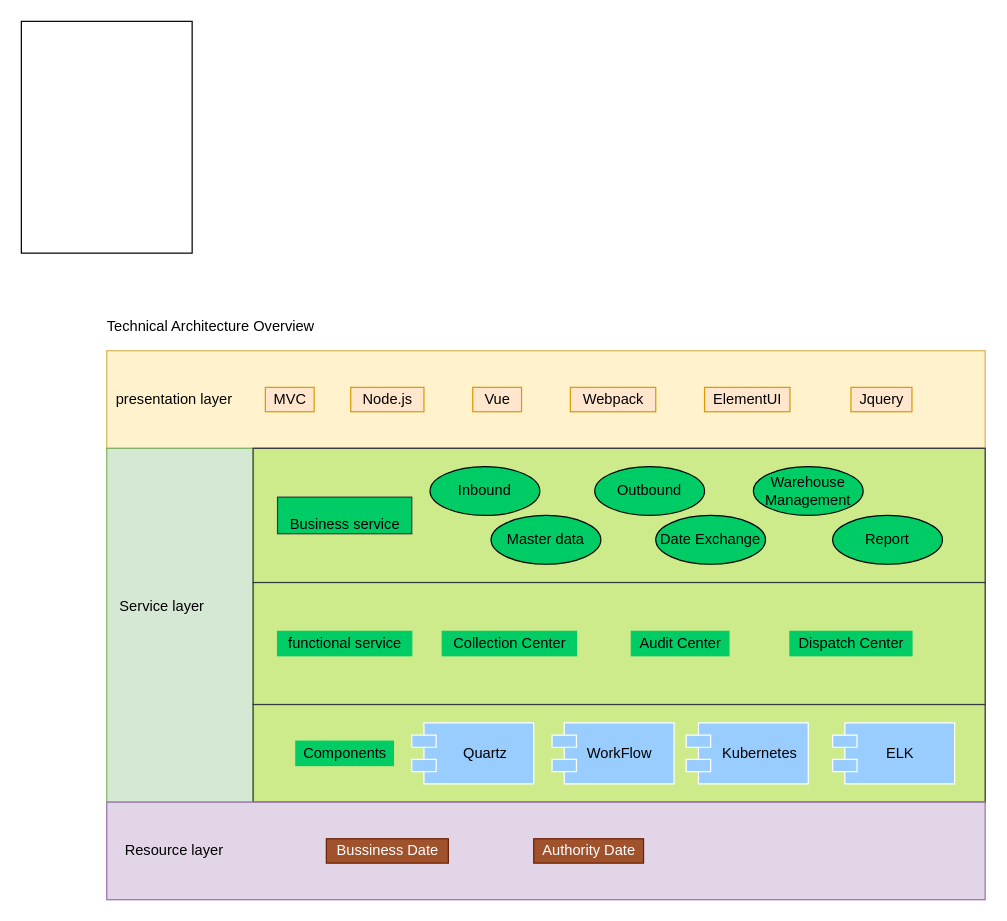
xhraymond/frozenui keeps this draw.io diagram as page "architecture overview" (4 of 5) of Untitled Diagram.drawio. Above is the earlier version. Source tidied: cells renumbered, new cells numbered last; positions are measured from the earlier drawing's top-left corner, leaving out a move shared by most shapes. Both pictures are drawn from the tidied source at 122%, with x=0, y=0 at pixel (21, 21).
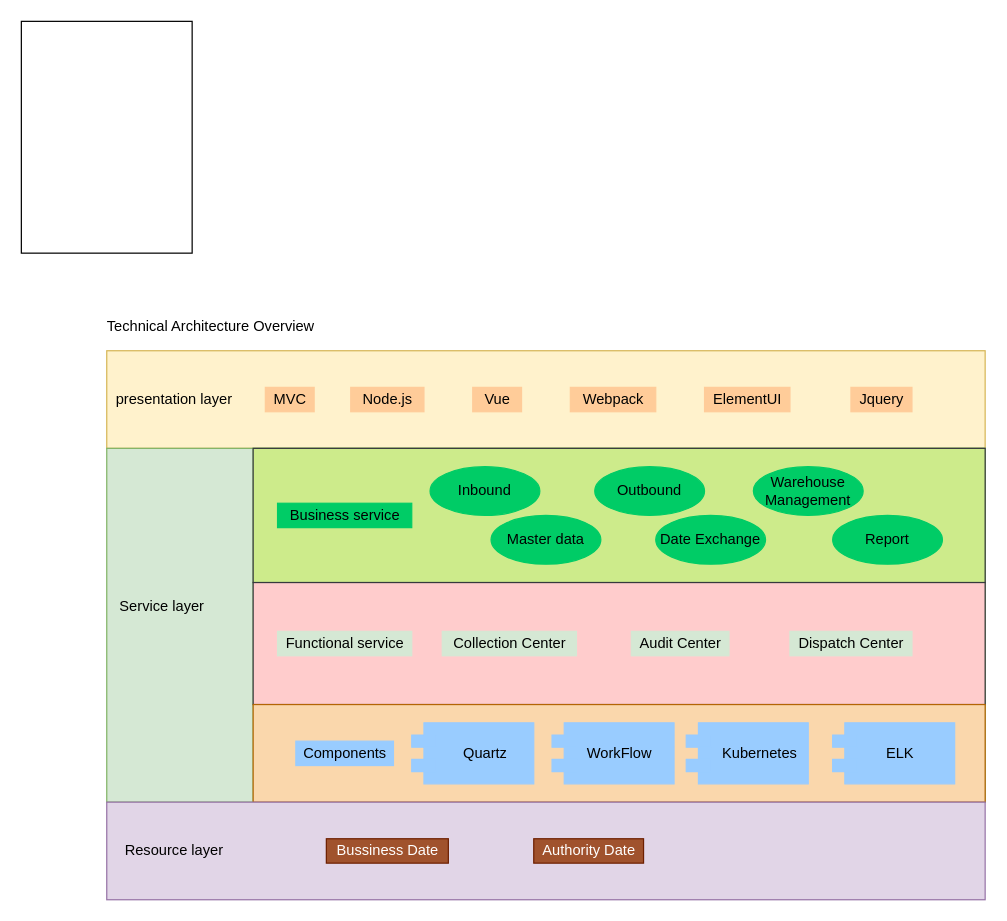
The same diagram, later.

Change to the diagram source:
```diff
@@
-    <mxCell id="6" value="MVC" style="text;html=1;align=center;verticalAlign=middle;strokeColor=#d79b00;fillColor=#ffe6cc;" parent="1" vertex="1">
+    <mxCell id="6" value="MVC" style="text;html=1;align=center;verticalAlign=middle;fillColor=#FFCC99;strokeColor=#FFCC99;" parent="1" vertex="1">
       <mxGeometry x="200" y="300" width="40" height="20" as="geometry" />
     </mxCell>
-    <mxCell id="7" value="Node.js&lt;br&gt;" style="text;html=1;align=center;verticalAlign=middle;strokeColor=#d79b00;fillColor=#ffe6cc;" parent="1" vertex="1">
+    <mxCell id="7" value="Node.js&lt;br&gt;" style="text;html=1;align=center;verticalAlign=middle;fillColor=#FFCC99;strokeColor=#FFCC99;" parent="1" vertex="1">
       <mxGeometry x="270" y="300" width="60" height="20" as="geometry" />
     </mxCell>
-    <mxCell id="8" value="Vue" style="text;html=1;align=center;verticalAlign=middle;strokeColor=#d79b00;fillColor=#ffe6cc;" parent="1" vertex="1">
+    <mxCell id="8" value="Vue" style="text;html=1;align=center;verticalAlign=middle;fillColor=#FFCC99;strokeColor=#FFCC99;" parent="1" vertex="1">
       <mxGeometry x="370" y="300" width="40" height="20" as="geometry" />
     </mxCell>
-    <mxCell id="9" value="Webpack" style="text;html=1;align=center;verticalAlign=middle;strokeColor=#d79b00;fillColor=#ffe6cc;" parent="1" vertex="1">
+    <mxCell id="9" value="Webpack" style="text;html=1;align=center;verticalAlign=middle;fillColor=#FFCC99;strokeColor=#FFCC99;" parent="1" vertex="1">
       <mxGeometry x="450" y="300" width="70" height="20" as="geometry" />
     </mxCell>
-    <mxCell id="10" value="ElementUI" style="text;html=1;align=center;verticalAlign=middle;strokeColor=#d79b00;fillColor=#ffe6cc;" parent="1" vertex="1">
+    <mxCell id="10" value="ElementUI" style="text;html=1;align=center;verticalAlign=middle;fillColor=#FFCC99;strokeColor=#FFCC99;" parent="1" vertex="1">
       <mxGeometry x="560" y="300" width="70" height="20" as="geometry" />
     </mxCell>
-    <mxCell id="11" value="Jquery" style="text;html=1;align=center;verticalAlign=middle;strokeColor=#d79b00;fillColor=#ffe6cc;" parent="1" vertex="1">
+    <mxCell id="11" value="Jquery" style="text;html=1;align=center;verticalAlign=middle;fillColor=#FFCC99;strokeColor=#FFCC99;" parent="1" vertex="1">
       <mxGeometry x="680" y="300" width="50" height="20" as="geometry" />
     </mxCell>
@@
-    <mxCell id="16" value="&lt;br&gt;Business service" style="text;html=1;align=center;verticalAlign=middle;strokeColor=#36393d;fillColor=#00CC66;" parent="1" vertex="1">
-      <mxGeometry x="210" y="390" width="110" height="30" as="geometry" />
+    <mxCell id="16" value="Business service" style="text;html=1;align=center;verticalAlign=middle;fillColor=#00CC66;strokeColor=#00CC66;" parent="1" vertex="1">
+      <mxGeometry x="210" y="395" width="110" height="20" as="geometry" />
     </mxCell>
-    <mxCell id="17" style="rounded=0;whiteSpace=wrap;html=1;fillColor=#cdeb8b;strokeColor=#36393d;" parent="1" vertex="1">
+    <mxCell id="17" style="rounded=0;whiteSpace=wrap;html=1;fillColor=#ffcccc;strokeColor=#36393d;" parent="1" vertex="1">
       <mxGeometry x="190" y="460" width="600" height="100" as="geometry" />
     </mxCell>
-    <mxCell id="18" value="functional service" style="text;html=1;align=center;verticalAlign=middle;fillColor=#00CC66;strokeColor=#00CC66;" parent="1" vertex="1">
+    <mxCell id="18" value="Functional service" style="text;html=1;align=center;verticalAlign=middle;fillColor=#D5E8D4;strokeColor=#D5E8D4;" parent="1" vertex="1">
       <mxGeometry x="210" y="500" width="110" height="20" as="geometry" />
     </mxCell>
-    <mxCell id="19" value="&lt;span style=&quot;&quot;&gt;Collection Center&lt;/span&gt;" style="text;html=1;align=center;verticalAlign=middle;fillColor=#00CC66;strokeColor=#00CC66;" parent="1" vertex="1">
+    <mxCell id="19" value="&lt;span style=&quot;&quot;&gt;Collection Center&lt;/span&gt;" style="text;html=1;align=center;verticalAlign=middle;fillColor=#D5E8D4;strokeColor=#D5E8D4;" parent="1" vertex="1">
       <mxGeometry x="345" y="500" width="110" height="20" as="geometry" />
     </mxCell>
-    <mxCell id="20" value="&lt;span style=&quot;&quot;&gt;Audit Center&lt;/span&gt;" style="text;html=1;align=center;verticalAlign=middle;fillColor=#00CC66;strokeColor=#00CC66;" parent="1" vertex="1">
+    <mxCell id="20" value="&lt;span style=&quot;&quot;&gt;Audit Center&lt;/span&gt;" style="text;html=1;align=center;verticalAlign=middle;strokeColor=#D5E8D4;fillColor=#D5E8D4;" parent="1" vertex="1">
       <mxGeometry x="500" y="500" width="80" height="20" as="geometry" />
     </mxCell>
-    <mxCell id="21" style="rounded=0;whiteSpace=wrap;html=1;fillColor=#cdeb8b;strokeColor=#36393d;" parent="1" vertex="1">
+    <mxCell id="21" style="rounded=0;whiteSpace=wrap;html=1;fillColor=#fad7ac;strokeColor=#b46504;" parent="1" vertex="1">
       <mxGeometry x="190" y="560" width="600" height="80" as="geometry" />
     </mxCell>
-    <mxCell id="22" value="Components" style="text;html=1;align=center;verticalAlign=middle;fillColor=#00CC66;strokeColor=#00CC66;" parent="1" vertex="1">
+    <mxCell id="22" value="Components" style="text;html=1;align=center;verticalAlign=middle;fillColor=#99CCFF;strokeColor=#99CCFF;" parent="1" vertex="1">
       <mxGeometry x="225" y="590" width="80" height="20" as="geometry" />
     </mxCell>
-    <mxCell id="23" style="shape=module;align=left;spacingLeft=20;align=center;verticalAlign=top;strokeColor=#FFFFFF;fillColor=#99CCFF;" parent="1" vertex="1">
+    <mxCell id="23" style="shape=module;align=left;spacingLeft=20;align=center;verticalAlign=top;fillColor=#99CCFF;strokeColor=#99CCFF;" parent="1" vertex="1">
       <mxGeometry x="320" y="575" width="100" height="50" as="geometry" />
     </mxCell>
@@
-    <mxCell id="25" style="shape=module;align=left;spacingLeft=20;align=center;verticalAlign=top;strokeColor=#FFFFFF;fillColor=#99CCFF;" parent="1" vertex="1">
+    <mxCell id="25" style="shape=module;align=left;spacingLeft=20;align=center;verticalAlign=top;fillColor=#99CCFF;strokeColor=#99CCFF;" parent="1" vertex="1">
       <mxGeometry x="435" y="575" width="100" height="50" as="geometry" />
     </mxCell>
@@
-    <mxCell id="27" style="shape=module;align=left;spacingLeft=20;align=center;verticalAlign=top;strokeColor=#FFFFFF;fillColor=#99CCFF;" parent="1" vertex="1">
+    <mxCell id="27" style="shape=module;align=left;spacingLeft=20;align=center;verticalAlign=top;fillColor=#99CCFF;strokeColor=#99CCFF;" parent="1" vertex="1">
       <mxGeometry x="545" y="575" width="100" height="50" as="geometry" />
     </mxCell>
@@
-    <mxCell id="29" style="shape=module;align=left;spacingLeft=20;align=center;verticalAlign=top;strokeColor=#FFFFFF;fillColor=#99CCFF;" parent="1" vertex="1">
+    <mxCell id="29" style="shape=module;align=left;spacingLeft=20;align=center;verticalAlign=top;fillColor=#99CCFF;strokeColor=#99CCFF;" parent="1" vertex="1">
       <mxGeometry x="665" y="575" width="100" height="50" as="geometry" />
     </mxCell>
@@
-    <mxCell id="35" value="&lt;span style=&quot;&quot;&gt;Dispatch Center&lt;/span&gt;" style="text;html=1;align=center;verticalAlign=middle;fillColor=#00CC66;strokeColor=#00CC66;" parent="1" vertex="1">
+    <mxCell id="35" value="&lt;span style=&quot;&quot;&gt;Dispatch Center&lt;/span&gt;" style="text;html=1;align=center;verticalAlign=middle;fillColor=#D5E8D4;strokeColor=#D5E8D4;" parent="1" vertex="1">
       <mxGeometry x="630" y="500" width="100" height="20" as="geometry" />
     </mxCell>
-    <mxCell id="36" value="Inbound" style="ellipse;whiteSpace=wrap;html=1;fontColor=#000000;fillColor=#00CC66;" parent="1" vertex="1">
+    <mxCell id="36" value="Inbound" style="ellipse;whiteSpace=wrap;html=1;fontColor=#000000;fillColor=#00CC66;strokeColor=#00CC66;" parent="1" vertex="1">
       <mxGeometry x="335" y="365" width="90" height="40" as="geometry" />
     </mxCell>
-    <mxCell id="37" value="&lt;span&gt;Outbound&lt;/span&gt;" style="ellipse;whiteSpace=wrap;html=1;fontColor=#000000;fillColor=#00CC66;" parent="1" vertex="1">
+    <mxCell id="37" value="&lt;span&gt;Outbound&lt;/span&gt;" style="ellipse;whiteSpace=wrap;html=1;fontColor=#000000;fillColor=#00CC66;strokeColor=#00CC66;" parent="1" vertex="1">
       <mxGeometry x="470" y="365" width="90" height="40" as="geometry" />
     </mxCell>
-    <mxCell id="38" value="&lt;span&gt;Warehouse Management&lt;/span&gt;" style="ellipse;whiteSpace=wrap;html=1;fontColor=#000000;fillColor=#00CC66;" parent="1" vertex="1">
+    <mxCell id="38" value="&lt;span&gt;Warehouse Management&lt;/span&gt;" style="ellipse;whiteSpace=wrap;html=1;fontColor=#000000;fillColor=#00CC66;strokeColor=#00CC66;" parent="1" vertex="1">
       <mxGeometry x="600" y="365" width="90" height="40" as="geometry" />
     </mxCell>
-    <mxCell id="39" value="&lt;span&gt;Report&lt;/span&gt;" style="ellipse;whiteSpace=wrap;html=1;fontColor=#000000;fillColor=#00CC66;" parent="1" vertex="1">
+    <mxCell id="39" value="&lt;span&gt;Report&lt;/span&gt;" style="ellipse;whiteSpace=wrap;html=1;fontColor=#000000;fillColor=#00CC66;strokeColor=#00CC66;" parent="1" vertex="1">
       <mxGeometry x="665" y="405" width="90" height="40" as="geometry" />
     </mxCell>
-    <mxCell id="40" value="&lt;span&gt;Date Exchange&lt;/span&gt;" style="ellipse;whiteSpace=wrap;html=1;fontColor=#000000;fillColor=#00CC66;" parent="1" vertex="1">
+    <mxCell id="40" value="&lt;span&gt;Date Exchange&lt;/span&gt;" style="ellipse;whiteSpace=wrap;html=1;fontColor=#000000;fillColor=#00CC66;strokeColor=#00CC66;" parent="1" vertex="1">
       <mxGeometry x="520" y="405" width="90" height="40" as="geometry" />
     </mxCell>
-    <mxCell id="41" value="&lt;span&gt;Master data&lt;/span&gt;" style="ellipse;whiteSpace=wrap;html=1;fontColor=#000000;fillColor=#00CC66;" parent="1" vertex="1">
+    <mxCell id="41" value="&lt;span&gt;Master data&lt;/span&gt;" style="ellipse;whiteSpace=wrap;html=1;fontColor=#000000;fillColor=#00CC66;strokeColor=#00CC66;" parent="1" vertex="1">
       <mxGeometry x="385" y="405" width="90" height="40" as="geometry" />
     </mxCell>
```
